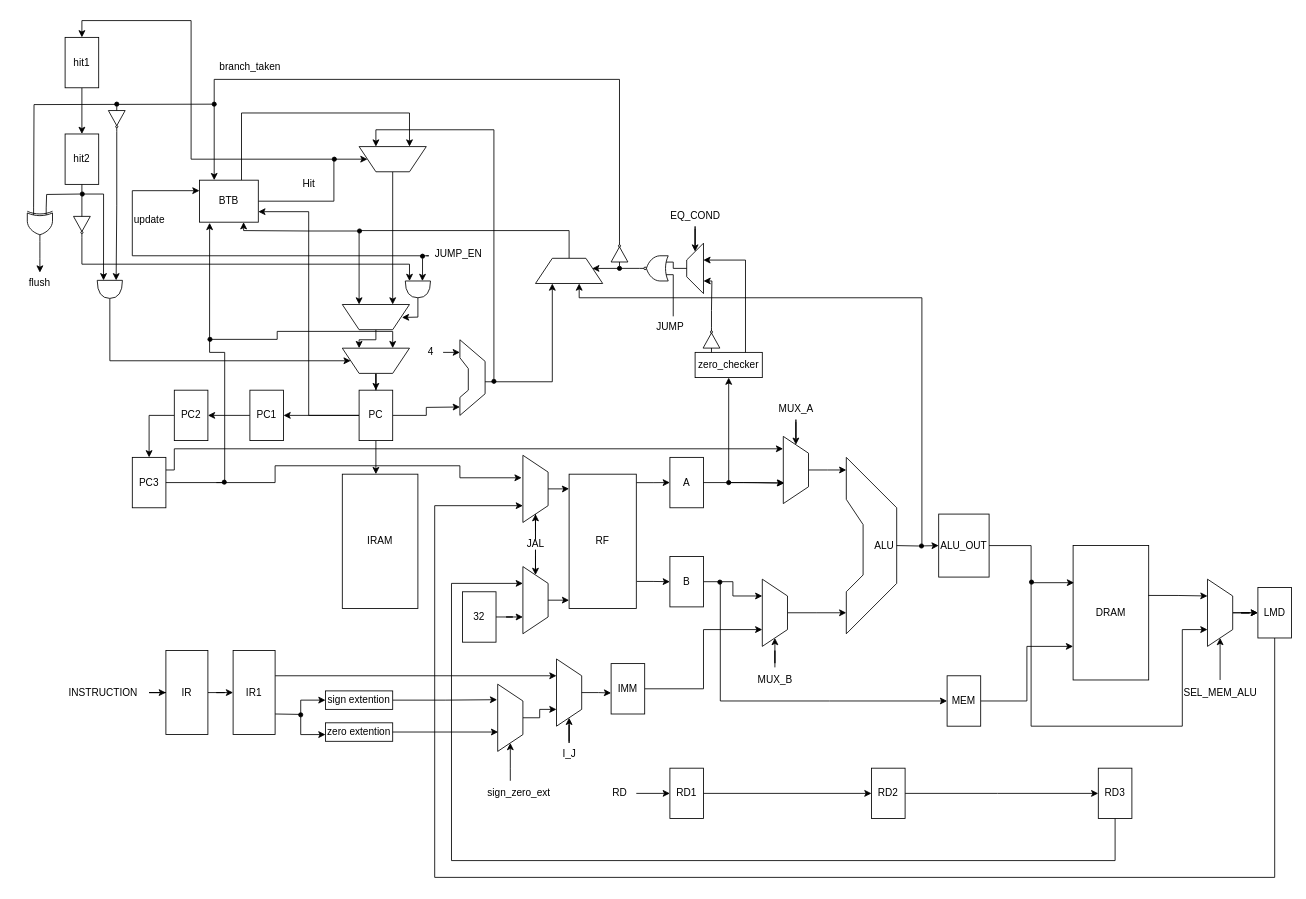
Earlier version of the draw.io diagram dlx.drawio (Luca-002/dlx). Source tidied: cells renumbered, new cells numbered last; positions are measured from the earlier drawing's top-left corner, leaving out a move shared by most shapes. Both pictures are drawn from the tidied source at 84%, with x=0, y=0 at pixel (14, 20).
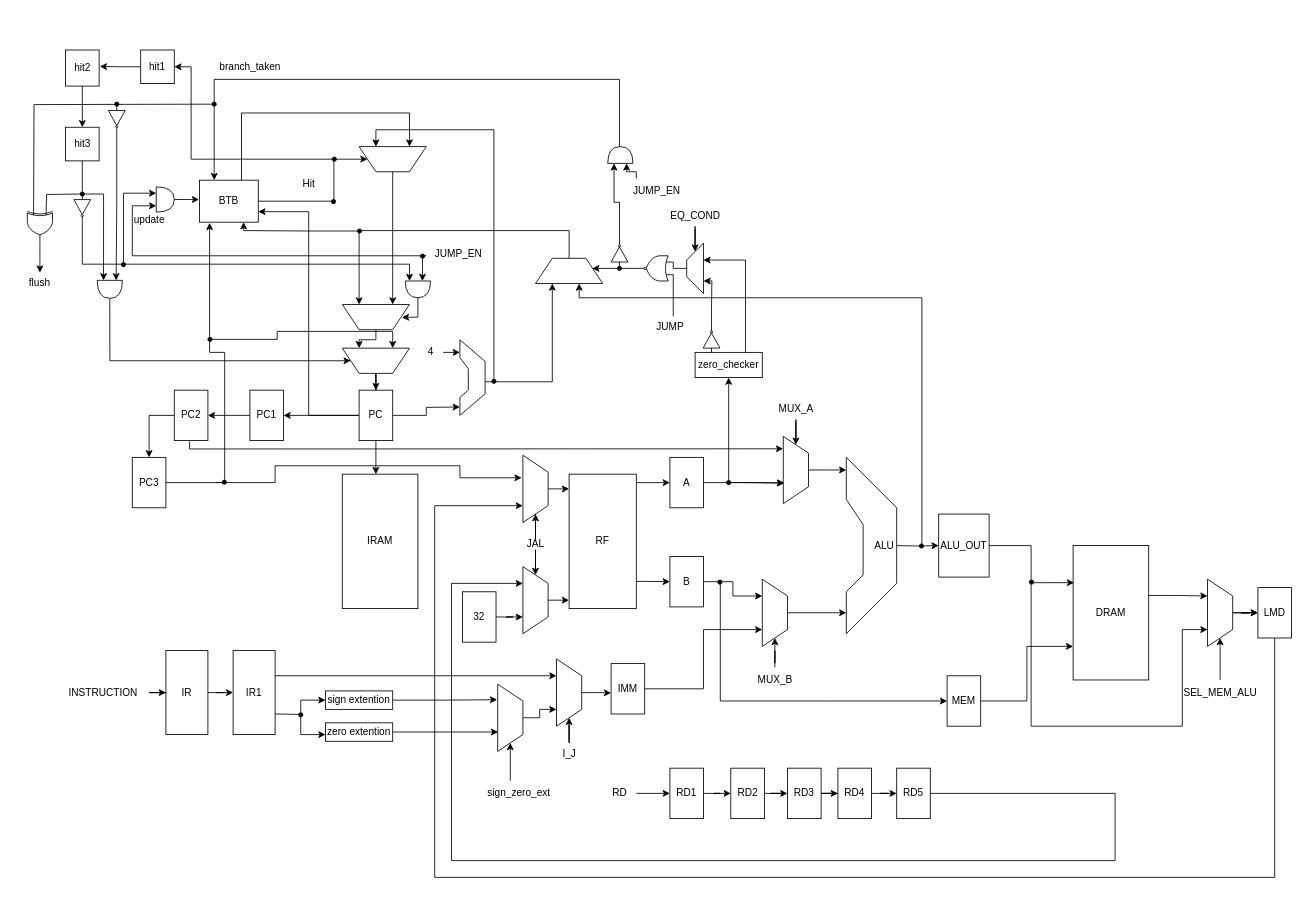
The same diagram, later.

The change refers to these unchanged cells:
```xml
<mxCell id="72" style="shape=trapezoid;perimeter=trapezoidPerimeter;whiteSpace=wrap;html=1;fixedSize=1;rotation=90;" parent="1" vertex="1">
  <mxGeometry x="890" y="520" width="80" height="30" as="geometry" />
</mxCell>
<mxCell id="103" value="&lt;div&gt;BTB&lt;/div&gt;" style="whiteSpace=wrap;html=1;" parent="1" vertex="1">
  <mxGeometry x="220" y="190" width="70" height="50" as="geometry" />
</mxCell>
<mxCell id="111" value="PC2" style="whiteSpace=wrap;html=1;" parent="1" vertex="1">
  <mxGeometry x="190" y="440" width="40" height="60" as="geometry" />
</mxCell>
<mxCell id="124" style="ellipse;whiteSpace=wrap;html=1;fillColor=#000000;" parent="1" vertex="1">
  <mxGeometry x="378" y="162.5" width="5" height="5" as="geometry" />
</mxCell>
<mxCell id="127" style="shape=or;whiteSpace=wrap;html=1;rotation=90;" parent="1" vertex="1">
  <mxGeometry x="470" y="305" width="20" height="30" as="geometry" />
</mxCell>
<mxCell id="149" style="shape=trapezoid;perimeter=trapezoidPerimeter;whiteSpace=wrap;html=1;fixedSize=1;rotation=90;" parent="1" vertex="1">
  <mxGeometry x="580" y="675" width="80" height="30" as="geometry" />
</mxCell>
<mxCell id="154" value="PC3" style="whiteSpace=wrap;html=1;" parent="1" vertex="1">
  <mxGeometry x="140" y="520" width="40" height="60" as="geometry" />
</mxCell>
<mxCell id="163" style="ellipse;whiteSpace=wrap;html=1;fillColor=#000000;" parent="1" vertex="1">
  <mxGeometry x="78" y="204" width="5" height="5" as="geometry" />
</mxCell>
<mxCell id="176" style="verticalLabelPosition=bottom;shadow=0;dashed=0;align=center;html=1;verticalAlign=top;shape=mxgraph.electrical.logic_gates.inverter_2;rotation=-90;" parent="1" vertex="1">
  <mxGeometry x="705" y="267.5" width="30" height="20" as="geometry" />
</mxCell>
```

The edit, as a diff of the source:
```diff
@@
-    <mxCell id="46" style="edgeStyle=orthogonalEdgeStyle;rounded=0;jettySize=auto;html=1;" parent="1" edge="1" source="47" target="48">
-      <mxGeometry relative="1" as="geometry">
-        <Array as="points">
-          <mxPoint x="1170" y="920" />
-          <mxPoint x="1170" y="920" />
-        </Array>
-      </mxGeometry>
+    <mxCell id="46" style="edgeStyle=orthogonalEdgeStyle;rounded=0;jettySize=auto;html=1;entryX=0;entryY=0.5;entryDx=0;entryDy=0;" parent="1" edge="1" source="47" target="48">
+      <mxGeometry relative="1" as="geometry" />
     </mxCell>
     <mxCell id="47" value="RD2" style="whiteSpace=wrap;html=1;" parent="1" vertex="1">
-      <mxGeometry x="1020" y="890" width="40" height="60" as="geometry" />
+      <mxGeometry x="852.5" y="890" width="40" height="60" as="geometry" />
     </mxCell>
+    <mxCell id="179" style="edgeStyle=orthogonalEdgeStyle;rounded=0;jettySize=auto;html=1;entryX=0;entryY=0.5;entryDx=0;entryDy=0;" parent="1" edge="1" source="48" target="187">
+      <mxGeometry relative="1" as="geometry" />
+    </mxCell>
     <mxCell id="48" value="RD3" style="whiteSpace=wrap;html=1;" parent="1" vertex="1">
-      <mxGeometry x="1290" y="890" width="40" height="60" as="geometry" />
+      <mxGeometry x="920" y="890" width="40" height="60" as="geometry" />
     </mxCell>
-    <mxCell id="49" style="edgeStyle=orthogonalEdgeStyle;rounded=0;jettySize=auto;html=1;entryX=0.25;entryY=1;entryDx=0;entryDy=0;" parent="1" edge="1" source="48" target="149">
+    <mxCell id="49" style="edgeStyle=orthogonalEdgeStyle;rounded=0;jettySize=auto;html=1;entryX=0.25;entryY=1;entryDx=0;entryDy=0;exitX=1;exitY=0.5;exitDx=0;exitDy=0;" parent="1" edge="1" source="188" target="149">
       <mxGeometry relative="1" as="geometry">
         <Array as="points">
+          <mxPoint x="1310" y="920" />
           <mxPoint x="1310" y="1000" />
           <mxPoint x="520" y="1000" />
           <mxPoint x="520" y="670" />
         </Array>
       </mxGeometry>
     </mxCell>
@@
-    <mxCell id="109" style="edgeStyle=orthogonalEdgeStyle;rounded=0;jettySize=auto;html=1;entryX=0.185;entryY=1.008;entryDx=0;entryDy=0;entryPerimeter=0;exitX=1;exitY=0.25;exitDx=0;exitDy=0;" parent="1" edge="1" source="154" target="72">
+    <mxCell id="109" style="edgeStyle=orthogonalEdgeStyle;rounded=0;jettySize=auto;html=1;entryX=0.185;entryY=1.008;entryDx=0;entryDy=0;entryPerimeter=0;exitX=0.456;exitY=1.015;exitDx=0;exitDy=0;exitPerimeter=0;" parent="1" edge="1" source="111" target="72">
       <mxGeometry relative="1" as="geometry">
         <Array as="points">
-          <mxPoint x="190" y="535" />
-          <mxPoint x="190" y="510" />
+          <mxPoint x="208" y="510" />
+          <mxPoint x="210" y="510" />
         </Array>
       </mxGeometry>
     </mxCell>
@@
-    <mxCell id="115" style="edgeStyle=orthogonalEdgeStyle;rounded=0;jettySize=auto;html=1;entryX=0;entryY=0.25;entryDx=0;entryDy=0;" parent="1" edge="1" target="103">
+    <mxCell id="115" style="edgeStyle=orthogonalEdgeStyle;rounded=0;jettySize=auto;html=1;entryX=0;entryY=0.75;entryDx=0;entryDy=0;entryPerimeter=0;" parent="1" edge="1" target="182">
       <mxGeometry relative="1" as="geometry">
         <mxPoint x="490" y="280" as="sourcePoint" />
         <Array as="points">
-          <mxPoint x="493" y="280" />
           <mxPoint x="140" y="280" />
-          <mxPoint x="140" y="203" />
+          <mxPoint x="140" y="221" />
         </Array>
       </mxGeometry>
     </mxCell>
@@
-    <mxCell id="117" style="edgeStyle=orthogonalEdgeStyle;rounded=0;jettySize=auto;html=1;entryX=0.25;entryY=0;entryDx=0;entryDy=0;" parent="1" edge="1" source="176" target="103">
+    <mxCell id="117" style="edgeStyle=orthogonalEdgeStyle;rounded=0;jettySize=auto;html=1;entryX=0.25;entryY=0;entryDx=0;entryDy=0;exitX=1;exitY=0.5;exitDx=0;exitDy=0;exitPerimeter=0;" parent="1" edge="1" source="191" target="103">
       <mxGeometry relative="1" as="geometry">
         <Array as="points">
+          <mxPoint x="720" y="150" />
           <mxPoint x="720" y="70" />
-          <mxPoint x="238" y="70" />
+          <mxPoint x="237" y="70" />
         </Array>
       </mxGeometry>
     </mxCell>
@@
-    <mxCell id="120" style="edgeStyle=orthogonalEdgeStyle;rounded=0;jettySize=auto;html=1;entryX=0.5;entryY=0;entryDx=0;entryDy=0;" parent="1" edge="1" source="121" target="122">
-      <mxGeometry relative="1" as="geometry" />
-    </mxCell>
     <mxCell id="121" value="hit1" style="whiteSpace=wrap;html=1;" parent="1" vertex="1">
-      <mxGeometry x="60" y="20" width="40" height="60" as="geometry" />
+      <mxGeometry x="150" y="35" width="40" height="40" as="geometry" />
     </mxCell>
+    <mxCell id="180" style="edgeStyle=orthogonalEdgeStyle;rounded=0;jettySize=auto;html=1;entryX=0.5;entryY=0;entryDx=0;entryDy=0;" parent="1" edge="1" source="122" target="181">
+      <mxGeometry relative="1" as="geometry" />
+    </mxCell>
     <mxCell id="122" value="hit2" style="whiteSpace=wrap;html=1;" parent="1" vertex="1">
-      <mxGeometry x="60" y="135" width="40" height="60" as="geometry" />
+      <mxGeometry x="60.5" y="35" width="40" height="43" as="geometry" />
     </mxCell>
-    <mxCell id="123" style="edgeStyle=orthogonalEdgeStyle;rounded=0;jettySize=auto;html=1;entryX=0.5;entryY=0;entryDx=0;entryDy=0;" parent="1" edge="1" source="124" target="121">
+    <mxCell id="123" style="edgeStyle=orthogonalEdgeStyle;rounded=0;jettySize=auto;html=1;entryX=1;entryY=0.5;entryDx=0;entryDy=0;" parent="1" edge="1" source="124" target="121">
       <mxGeometry relative="1" as="geometry">
         <Array as="points">
           <mxPoint x="210" y="165" />
-          <mxPoint x="210" />
-          <mxPoint x="80" />
+          <mxPoint x="210" y="55" />
         </Array>
       </mxGeometry>
     </mxCell>
@@
     <mxCell id="125" style="edgeStyle=orthogonalEdgeStyle;rounded=0;jettySize=auto;html=1;entryX=0;entryY=0.833;entryDx=0;entryDy=0;entryPerimeter=0;exitX=1;exitY=0.5;exitDx=0;exitDy=0;exitPerimeter=0;" parent="1" edge="1" source="126" target="127">
       <mxGeometry relative="1" as="geometry">
         <Array as="points">
-          <mxPoint x="80" y="290" />
+          <mxPoint x="81" y="290" />
           <mxPoint x="470" y="290" />
         </Array>
       </mxGeometry>
     </mxCell>
     <mxCell id="126" style="verticalLabelPosition=bottom;shadow=0;dashed=0;align=center;html=1;verticalAlign=top;shape=mxgraph.electrical.logic_gates.inverter_2;rotation=90;" parent="1" vertex="1">
-      <mxGeometry x="65" y="233" width="30" height="20" as="geometry" />
+      <mxGeometry x="65.5" y="213" width="30" height="20" as="geometry" />
     </mxCell>
@@
-    <mxCell id="158" style="endArrow=none;html=1;rounded=0;entryX=0.5;entryY=1;entryDx=0;entryDy=0;exitX=0;exitY=0.5;exitDx=0;exitDy=0;exitPerimeter=0;" parent="1" edge="1" source="126" target="122">
-      <mxGeometry relative="1" as="geometry" />
-    </mxCell>
@@
+    <mxCell id="181" value="hit3" style="whiteSpace=wrap;html=1;" parent="1" vertex="1">
+      <mxGeometry x="60.5" y="127" width="40" height="40" as="geometry" />
+    </mxCell>
+    <mxCell id="120" style="edgeStyle=orthogonalEdgeStyle;rounded=0;jettySize=auto;html=1;entryX=1.021;entryY=0.457;entryDx=0;entryDy=0;entryPerimeter=0;" parent="1" edge="1" source="121" target="122">
+      <mxGeometry relative="1" as="geometry" />
+    </mxCell>
+    <mxCell id="182" style="shape=or;whiteSpace=wrap;html=1;rotation=0;" parent="1" vertex="1">
+      <mxGeometry x="168.5" y="198" width="21.5" height="30" as="geometry" />
+    </mxCell>
+    <mxCell id="183" style="edgeStyle=orthogonalEdgeStyle;rounded=0;jettySize=auto;html=1;entryX=-0.008;entryY=0.461;entryDx=0;entryDy=0;entryPerimeter=0;" parent="1" edge="1" source="182" target="103">
+      <mxGeometry relative="1" as="geometry" />
+    </mxCell>
+    <mxCell id="184" style="ellipse;whiteSpace=wrap;html=1;fillColor=#000000;" parent="1" vertex="1">
+      <mxGeometry x="127" y="288" width="5" height="5" as="geometry" />
+    </mxCell>
+    <mxCell id="185" style="edgeStyle=orthogonalEdgeStyle;rounded=0;jettySize=auto;html=1;entryX=0;entryY=0.25;entryDx=0;entryDy=0;entryPerimeter=0;" parent="1" edge="1" source="184" target="182">
+      <mxGeometry relative="1" as="geometry">
+        <Array as="points">
+          <mxPoint x="130" y="206" />
+        </Array>
+      </mxGeometry>
+    </mxCell>
+    <mxCell id="186" style="edgeStyle=orthogonalEdgeStyle;rounded=0;jettySize=auto;html=1;entryX=0;entryY=0.5;entryDx=0;entryDy=0;" parent="1" edge="1" source="187" target="188">
+      <mxGeometry relative="1" as="geometry" />
+    </mxCell>
+    <mxCell id="187" value="RD4" style="whiteSpace=wrap;html=1;" parent="1" vertex="1">
+      <mxGeometry x="980" y="890" width="40" height="60" as="geometry" />
+    </mxCell>
+    <mxCell id="188" value="RD5" style="whiteSpace=wrap;html=1;" parent="1" vertex="1">
+      <mxGeometry x="1050" y="890" width="40" height="60" as="geometry" />
+    </mxCell>
+    <mxCell id="189" style="endArrow=none;html=1;rounded=0;entryX=0.5;entryY=1;entryDx=0;entryDy=0;exitX=0.5;exitY=0;exitDx=0;exitDy=0;" parent="1" edge="1" source="163" target="181">
+      <mxGeometry relative="1" as="geometry" />
+    </mxCell>
+    <mxCell id="190" style="ellipse;whiteSpace=wrap;html=1;fillColor=#000000;" parent="1" vertex="1">
+      <mxGeometry x="377" y="213" width="5" height="5" as="geometry" />
+    </mxCell>
+    <mxCell id="191" style="shape=or;whiteSpace=wrap;html=1;rotation=-90;" parent="1" vertex="1">
+      <mxGeometry x="711" y="145" width="20" height="30" as="geometry" />
+    </mxCell>
+    <mxCell id="192" style="edgeStyle=orthogonalEdgeStyle;rounded=0;jettySize=auto;html=1;entryX=0;entryY=0.25;entryDx=0;entryDy=0;entryPerimeter=0;" parent="1" edge="1" source="176" target="191">
+      <mxGeometry relative="1" as="geometry" />
+    </mxCell>
+    <mxCell id="193" value="JUMP_EN" style="text;html=1;align=center;verticalAlign=middle;points=[];strokeColor=none;fillColor=none;" parent="1" vertex="1">
+      <mxGeometry x="724" y="188" width="80" height="30" as="geometry" />
+    </mxCell>
+    <mxCell id="194" style="edgeStyle=orthogonalEdgeStyle;rounded=0;jettySize=auto;html=1;entryX=0;entryY=0.75;entryDx=0;entryDy=0;entryPerimeter=0;" parent="1" edge="1" source="193" target="191">
+      <mxGeometry relative="1" as="geometry">
+        <Array as="points">
+          <mxPoint x="740" y="180" />
+          <mxPoint x="729" y="180" />
+        </Array>
+      </mxGeometry>
+    </mxCell>
```
